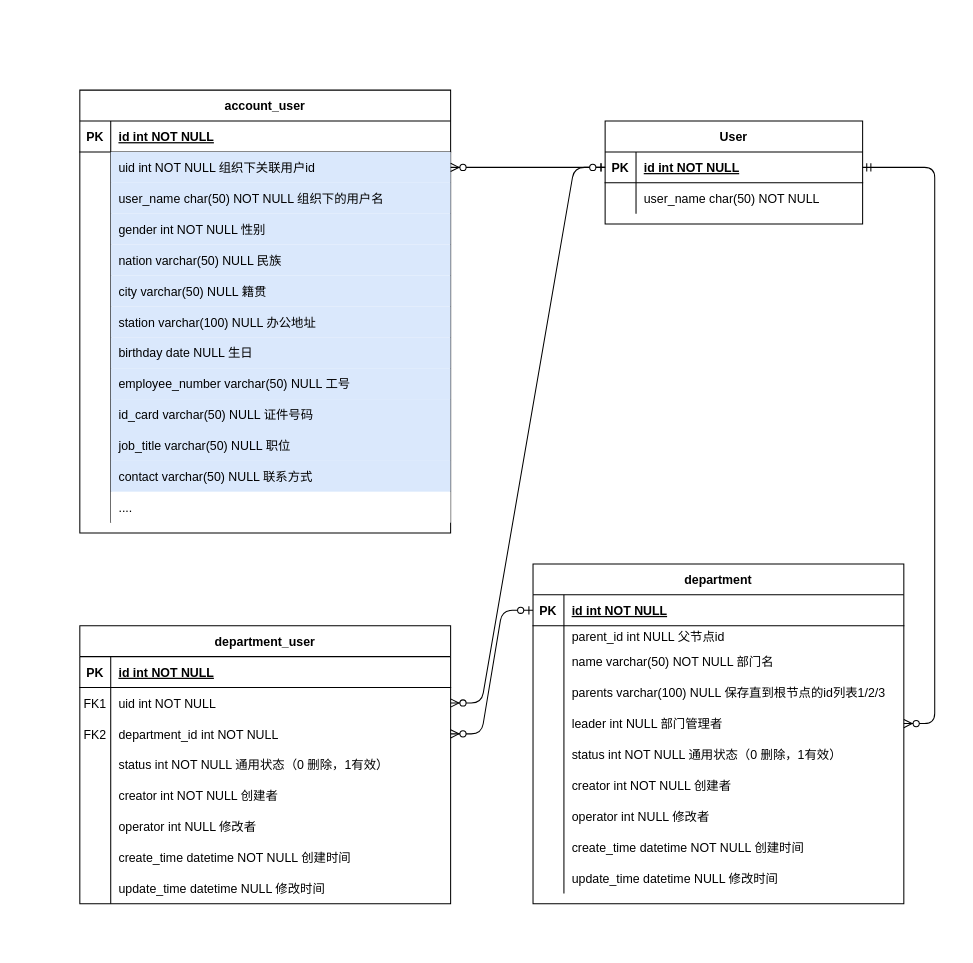
Before: page "部门成员" (1 of 2) of 部门和成员.drawio in MainListActivity/test, a draw.io diagram. Source tidied: cells renumbered, new cells numbered last; positions are measured from the earlier drawing's top-left corner, leaving out a move shared by most shapes. Both pictures are drawn from the tidied source at 103%, with x=0, y=0 at pixel (79, 90).
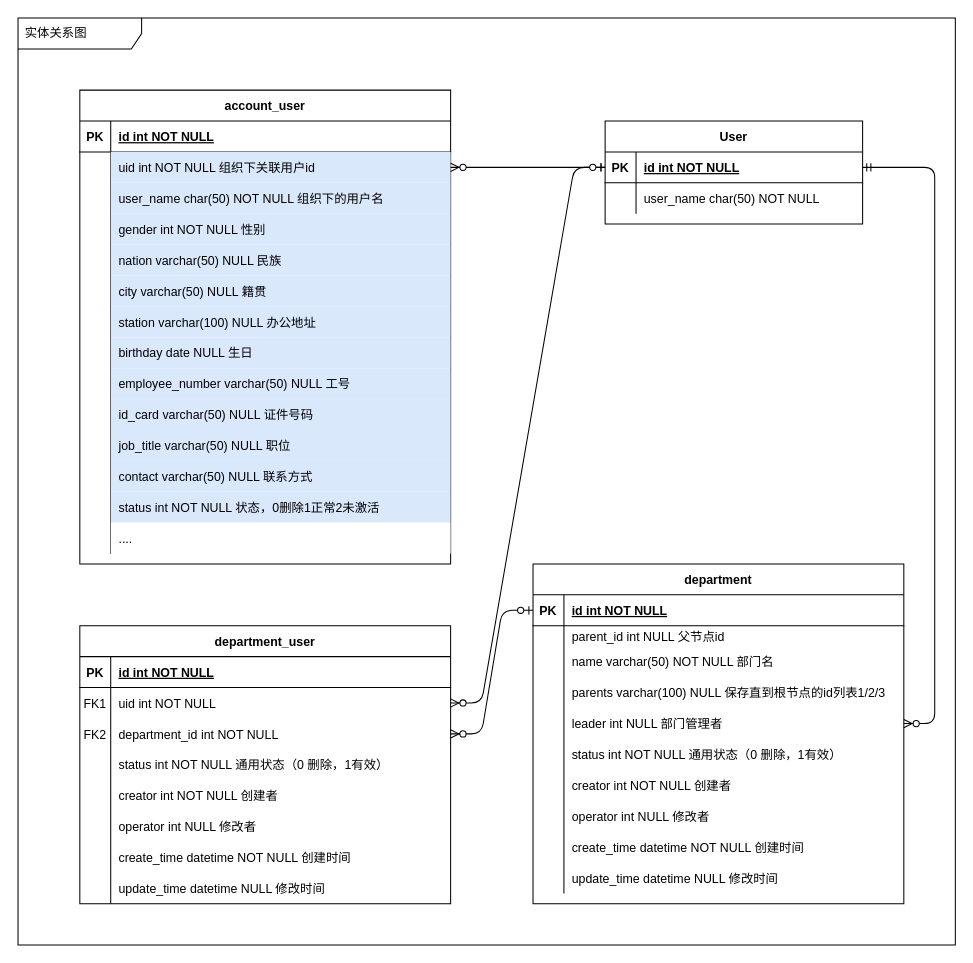
The same page after the edit.

Commit message (it also covers changes not shown here):
更新部门和成员.drawio

Diff of the diagram source:
```diff
@@
+    <mxCell id="109" value="实体关系图" style="shape=umlFrame;whiteSpace=wrap;html=1;width=120;height=30;boundedLbl=1;verticalAlign=middle;align=left;spacingLeft=5;" parent="1" vertex="1">
+      <mxGeometry x="-60" y="-70" width="910" height="900" as="geometry" />
+    </mxCell>
@@
     <mxCell id="68" value="account_user" style="shape=table;startSize=30;childLayout=tableLayout;rowLines=0;fontStyle=1;align=center;" parent="1" vertex="1">
-      <mxGeometry width="360" height="430" as="geometry" />
+      <mxGeometry width="360" height="460" as="geometry" />
     </mxCell>
@@
+    <mxCell id="110" style="shape=partialRectangle;fillColor=none;top=0;left=0;right=0;bottom=0;" parent="68" vertex="1">
+      <mxGeometry y="390" width="360" height="30" as="geometry" />
+    </mxCell>
+    <mxCell id="111" style="shape=partialRectangle;overflow=hidden;fillColor=none;top=0;left=0;bottom=0;right=0;" parent="110" vertex="1">
+      <mxGeometry width="30" height="30" as="geometry" />
+    </mxCell>
+    <mxCell id="112" value="status int NOT NULL 状态，0删除1正常2未激活" style="shape=partialRectangle;overflow=hidden;fillColor=#dae8fc;top=0;left=0;bottom=0;right=0;align=left;spacingLeft=6;strokeColor=#6c8ebf;" parent="110" vertex="1">
+      <mxGeometry x="30" width="330" height="30" as="geometry" />
+    </mxCell>
     <mxCell id="105" style="shape=partialRectangle;fillColor=none;top=0;left=0;right=0;bottom=0;" parent="68" vertex="1">
-      <mxGeometry y="390" width="360" height="30" as="geometry" />
+      <mxGeometry y="420" width="360" height="30" as="geometry" />
     </mxCell>
```
